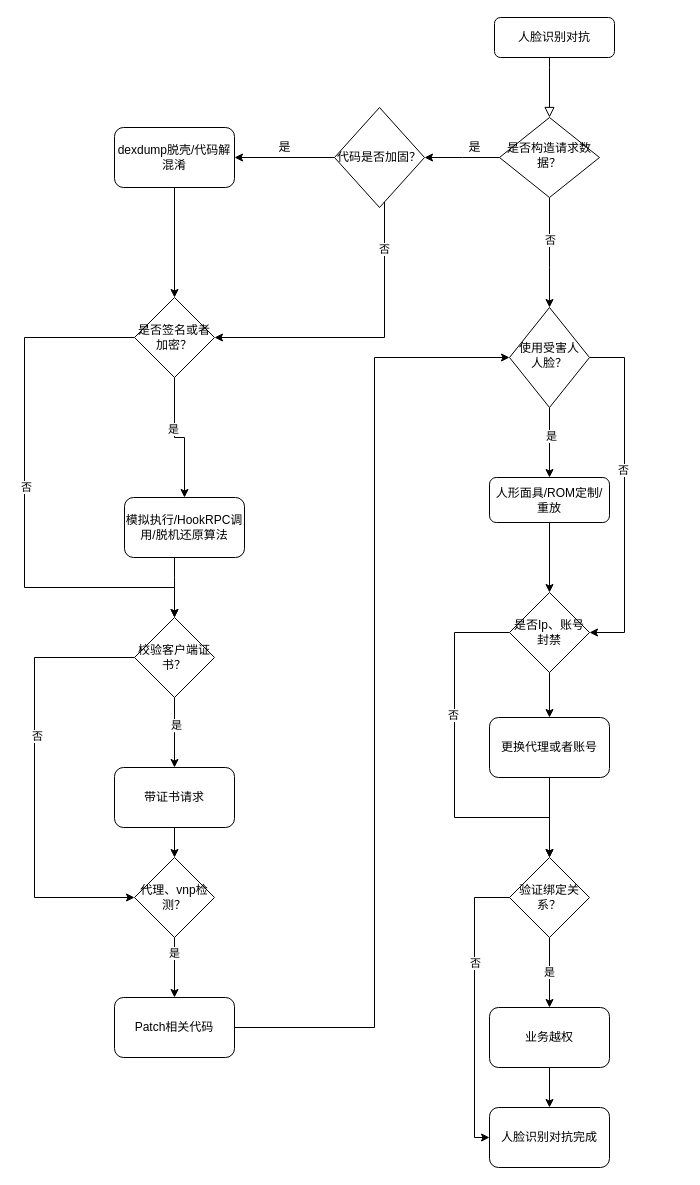
zjwhy/drawIoPub keeps this draw.io diagram as 未命名绘图.drawio. Above is the earlier version. Source tidied: cells renumbered, new cells numbered last; positions are measured from the earlier drawing's top-left corner, leaving out a move shared by most shapes. Both pictures are drawn from the tidied source at 100%, with x=0, y=0 at pixel (24, 17).
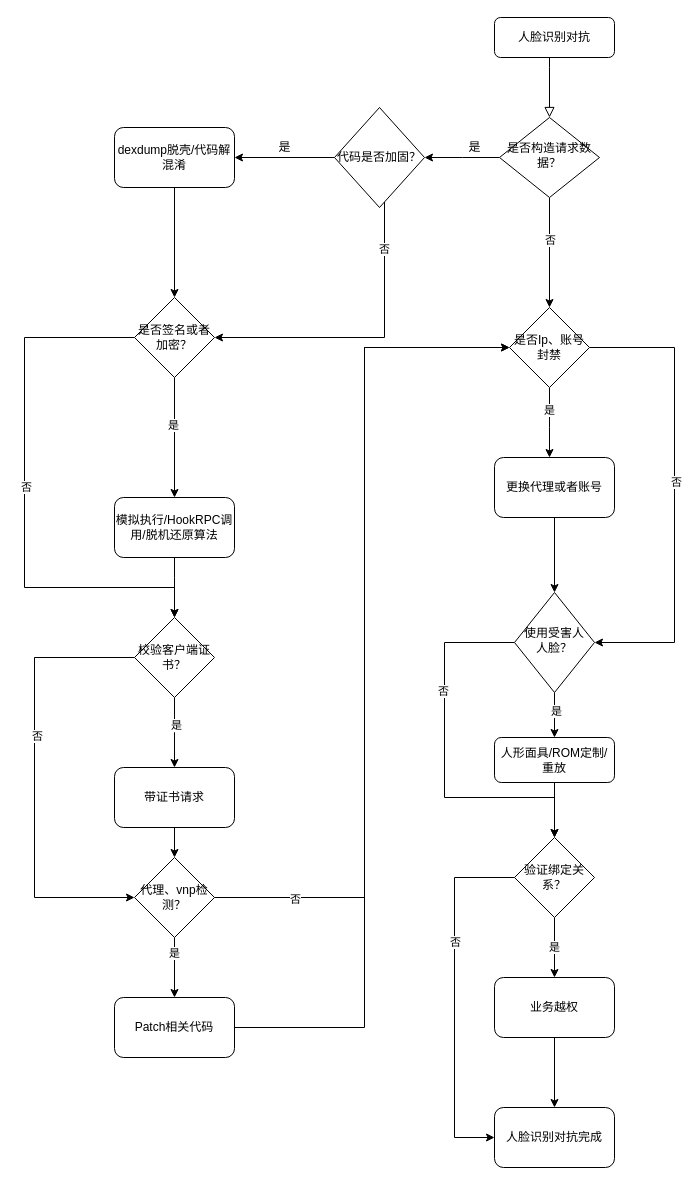
The same diagram, later.

The change refers to these unchanged cells:
```xml
<mxCell id="7" value="是否构造请求数据？" style="rhombus;whiteSpace=wrap;html=1;shadow=0;fontFamily=Helvetica;fontSize=12;align=center;strokeWidth=1;spacing=6;spacingTop=-4;" parent="1" vertex="1">
  <mxGeometry x="475" y="100" width="100" height="80" as="geometry" />
</mxCell>
<mxCell id="25" value="是否签名或者加密？" style="rhombus;whiteSpace=wrap;html=1;" parent="1" vertex="1">
  <mxGeometry x="110" y="280" width="80" height="80" as="geometry" />
</mxCell>
<mxCell id="37" value="代理、vnp检测？" style="rhombus;whiteSpace=wrap;html=1;" parent="1" vertex="1">
  <mxGeometry x="110" y="840" width="80" height="80" as="geometry" />
</mxCell>
<mxCell id="39" value="Patch相关代码" style="rounded=1;whiteSpace=wrap;html=1;" parent="1" vertex="1">
  <mxGeometry x="90" y="980" width="120" height="60" as="geometry" />
</mxCell>
```

The edit, as a diff of the source:
```diff
@@
-    <mxCell id="5" style="edgeStyle=orthogonalEdgeStyle;rounded=0;jettySize=auto;html=1;" parent="1" edge="1" source="7" target="12">
+    <mxCell id="5" style="edgeStyle=orthogonalEdgeStyle;rounded=0;jettySize=auto;html=1;entryX=0.5;entryY=0;entryDx=0;entryDy=0;" parent="1" edge="1" source="7" target="52">
       <mxGeometry relative="1" as="geometry">
         <Array as="points">
-          <mxPoint x="525" y="250" />
-          <mxPoint x="525" y="250" />
+          <mxPoint x="525" y="290" />
         </Array>
       </mxGeometry>
     </mxCell>
@@
-    <mxCell id="10" style="edgeStyle=orthogonalEdgeStyle;rounded=0;jettySize=auto;html=1;entryX=1;entryY=0.5;entryDx=0;entryDy=0;exitX=0.5;exitY=0;exitDx=0;exitDy=0;" parent="1" edge="1" source="12" target="52">
-      <mxGeometry relative="1" as="geometry">
-        <Array as="points">
-          <mxPoint x="600" y="340" />
-          <mxPoint x="600" y="615" />
-        </Array>
-      </mxGeometry>
-    </mxCell>
-    <mxCell id="11" value="否" style="edgeLabel;html=1;align=center;verticalAlign=middle;" parent="10" vertex="1">
-      <mxGeometry x="-0.15" y="-2" relative="1" as="geometry" />
-    </mxCell>
+    <mxCell id="55" style="edgeStyle=orthogonalEdgeStyle;rounded=0;jettySize=auto;html=1;entryX=0.5;entryY=0;entryDx=0;entryDy=0;" parent="1" edge="1" source="12" target="45">
+      <mxGeometry relative="1" as="geometry">
+        <Array as="points">
+          <mxPoint x="420" y="625" />
+          <mxPoint x="420" y="780" />
+          <mxPoint x="530" y="780" />
+        </Array>
+      </mxGeometry>
+    </mxCell>
+    <mxCell id="56" value="否" style="edgeLabel;html=1;align=center;verticalAlign=middle;" parent="55" vertex="1">
+      <mxGeometry x="-0.37" y="-2" relative="1" as="geometry" />
+    </mxCell>
     <mxCell id="12" value="使用受害人人脸？" style="rhombus;whiteSpace=wrap;html=1;shadow=0;fontFamily=Helvetica;fontSize=12;align=center;strokeWidth=1;spacing=6;spacingTop=-4;direction=south;" parent="1" vertex="1">
-      <mxGeometry x="485" y="290" width="80" height="100" as="geometry" />
+      <mxGeometry x="490" y="575" width="80" height="100" as="geometry" />
     </mxCell>
@@
     <mxCell id="21" style="edgeStyle=orthogonalEdgeStyle;rounded=0;jettySize=auto;html=1;entryX=0.5;entryY=0;entryDx=0;entryDy=0;" parent="1" edge="1" source="25" target="27">
-      <mxGeometry relative="1" as="geometry" />
+      <mxGeometry relative="1" as="geometry">
+        <Array as="points">
+          <mxPoint x="150" y="480" />
+        </Array>
+      </mxGeometry>
     </mxCell>
@@
     <mxCell id="27" value="模拟执行/HookRPC调用/脱机还原算法" style="rounded=1;whiteSpace=wrap;html=1;" parent="1" vertex="1">
-      <mxGeometry x="100" y="480" width="120" height="60" as="geometry" />
+      <mxGeometry x="90" y="480" width="120" height="60" as="geometry" />
     </mxCell>
@@
+    <mxCell id="57" style="edgeStyle=orthogonalEdgeStyle;rounded=0;jettySize=auto;html=1;entryX=0;entryY=0.5;entryDx=0;entryDy=0;" parent="1" edge="1" source="37" target="52">
+      <mxGeometry relative="1" as="geometry">
+        <Array as="points">
+          <mxPoint x="340" y="880" />
+          <mxPoint x="340" y="330" />
+        </Array>
+      </mxGeometry>
+    </mxCell>
+    <mxCell id="58" value="否" style="edgeLabel;html=1;align=center;verticalAlign=middle;" parent="57" vertex="1">
+      <mxGeometry x="-0.81" y="-1" relative="1" as="geometry" />
+    </mxCell>
@@
-    <mxCell id="38" style="edgeStyle=orthogonalEdgeStyle;rounded=0;jettySize=auto;html=1;entryX=0.5;entryY=1;entryDx=0;entryDy=0;" parent="1" edge="1" source="39" target="12">
+    <mxCell id="38" style="edgeStyle=orthogonalEdgeStyle;rounded=0;jettySize=auto;html=1;entryX=0;entryY=0.5;entryDx=0;entryDy=0;" parent="1" edge="1" source="39" target="52">
       <mxGeometry relative="1" as="geometry">
         <Array as="points">
-          <mxPoint x="350" y="1010" />
-          <mxPoint x="350" y="340" />
+          <mxPoint x="340" y="1010" />
+          <mxPoint x="340" y="330" />
         </Array>
       </mxGeometry>
     </mxCell>
@@
-    <mxCell id="40" style="edgeStyle=orthogonalEdgeStyle;rounded=0;jettySize=auto;html=1;entryX=0.5;entryY=0;entryDx=0;entryDy=0;" parent="1" edge="1" source="41" target="52">
-      <mxGeometry relative="1" as="geometry" />
-    </mxCell>
+    <mxCell id="59" style="edgeStyle=orthogonalEdgeStyle;rounded=0;jettySize=auto;html=1;" parent="1" edge="1" source="41" target="45">
+      <mxGeometry relative="1" as="geometry" />
+    </mxCell>
     <mxCell id="41" value="人形面具/ROM定制/重放" style="rounded=1;whiteSpace=wrap;html=1;" parent="1" vertex="1">
-      <mxGeometry x="465" y="460" width="120" height="45" as="geometry" />
+      <mxGeometry x="470" y="720" width="120" height="45" as="geometry" />
     </mxCell>
@@
     <mxCell id="43" style="edgeStyle=orthogonalEdgeStyle;rounded=0;jettySize=auto;html=1;entryX=0;entryY=0.5;entryDx=0;entryDy=0;exitX=0;exitY=0.5;exitDx=0;exitDy=0;" parent="1" edge="1" source="45" target="48">
       <mxGeometry relative="1" as="geometry">
         <Array as="points">
-          <mxPoint x="450" y="880" />
-          <mxPoint x="450" y="1120" />
+          <mxPoint x="430" y="860" />
+          <mxPoint x="430" y="1120" />
         </Array>
       </mxGeometry>
     </mxCell>
@@
     <mxCell id="45" value="验证绑定关系？" style="rhombus;whiteSpace=wrap;html=1;" parent="1" vertex="1">
-      <mxGeometry x="485" y="840" width="80" height="80" as="geometry" />
+      <mxGeometry x="490" y="820" width="80" height="80" as="geometry" />
     </mxCell>
@@
     <mxCell id="47" value="业务越权" style="rounded=1;whiteSpace=wrap;html=1;" parent="1" vertex="1">
-      <mxGeometry x="465" y="990" width="120" height="60" as="geometry" />
+      <mxGeometry x="470" y="960" width="120" height="60" as="geometry" />
     </mxCell>
     <mxCell id="48" value="人脸识别对抗完成" style="rounded=1;whiteSpace=wrap;html=1;" parent="1" vertex="1">
-      <mxGeometry x="465" y="1090" width="120" height="60" as="geometry" />
+      <mxGeometry x="470" y="1090" width="120" height="60" as="geometry" />
     </mxCell>
     <mxCell id="49" style="edgeStyle=orthogonalEdgeStyle;rounded=0;jettySize=auto;html=1;" parent="1" edge="1" source="52" target="54">
-      <mxGeometry relative="1" as="geometry" />
+      <mxGeometry relative="1" as="geometry">
+        <Array as="points">
+          <mxPoint x="525" y="410" />
+          <mxPoint x="525" y="410" />
+        </Array>
+      </mxGeometry>
     </mxCell>
-    <mxCell id="50" style="edgeStyle=orthogonalEdgeStyle;rounded=0;jettySize=auto;html=1;entryX=0.5;entryY=0;entryDx=0;entryDy=0;exitX=0;exitY=0.5;exitDx=0;exitDy=0;" parent="1" edge="1" source="52" target="45">
-      <mxGeometry relative="1" as="geometry">
-        <Array as="points">
-          <mxPoint x="430" y="615" />
-          <mxPoint x="430" y="800" />
-          <mxPoint x="525" y="800" />
-        </Array>
-      </mxGeometry>
-    </mxCell>
-    <mxCell id="51" value="否" style="edgeLabel;html=1;align=center;verticalAlign=middle;" parent="50" vertex="1">
-      <mxGeometry x="-0.27" y="-2" relative="1" as="geometry" />
-    </mxCell>
+    <mxCell id="60" value="是" style="edgeLabel;html=1;align=center;verticalAlign=middle;" parent="49" vertex="1">
+      <mxGeometry x="-0.36" y="-1" relative="1" as="geometry" />
+    </mxCell>
+    <mxCell id="61" style="edgeStyle=orthogonalEdgeStyle;rounded=0;jettySize=auto;html=1;entryX=0.5;entryY=0;entryDx=0;entryDy=0;" parent="1" edge="1" source="52" target="12">
+      <mxGeometry relative="1" as="geometry">
+        <Array as="points">
+          <mxPoint x="650" y="330" />
+          <mxPoint x="650" y="625" />
+        </Array>
+      </mxGeometry>
+    </mxCell>
+    <mxCell id="62" value="否" style="edgeLabel;html=1;align=center;verticalAlign=middle;" parent="61" vertex="1">
+      <mxGeometry x="-0.05" y="1" relative="1" as="geometry" />
+    </mxCell>
     <mxCell id="52" value="是否Ip、账号封禁" style="rhombus;whiteSpace=wrap;html=1;" parent="1" vertex="1">
-      <mxGeometry x="485" y="575" width="80" height="80" as="geometry" />
+      <mxGeometry x="485" y="290" width="80" height="80" as="geometry" />
     </mxCell>
-    <mxCell id="53" style="edgeStyle=orthogonalEdgeStyle;rounded=0;jettySize=auto;html=1;" parent="1" edge="1" source="54" target="45">
-      <mxGeometry relative="1" as="geometry" />
-    </mxCell>
+    <mxCell id="63" style="edgeStyle=orthogonalEdgeStyle;rounded=0;jettySize=auto;html=1;entryX=0;entryY=0.5;entryDx=0;entryDy=0;" parent="1" edge="1" source="54" target="12">
+      <mxGeometry relative="1" as="geometry" />
+    </mxCell>
     <mxCell id="54" value="更换代理或者账号" style="rounded=1;whiteSpace=wrap;html=1;" parent="1" vertex="1">
-      <mxGeometry x="465" y="700" width="120" height="60" as="geometry" />
+      <mxGeometry x="470" y="440" width="120" height="60" as="geometry" />
     </mxCell>
```
